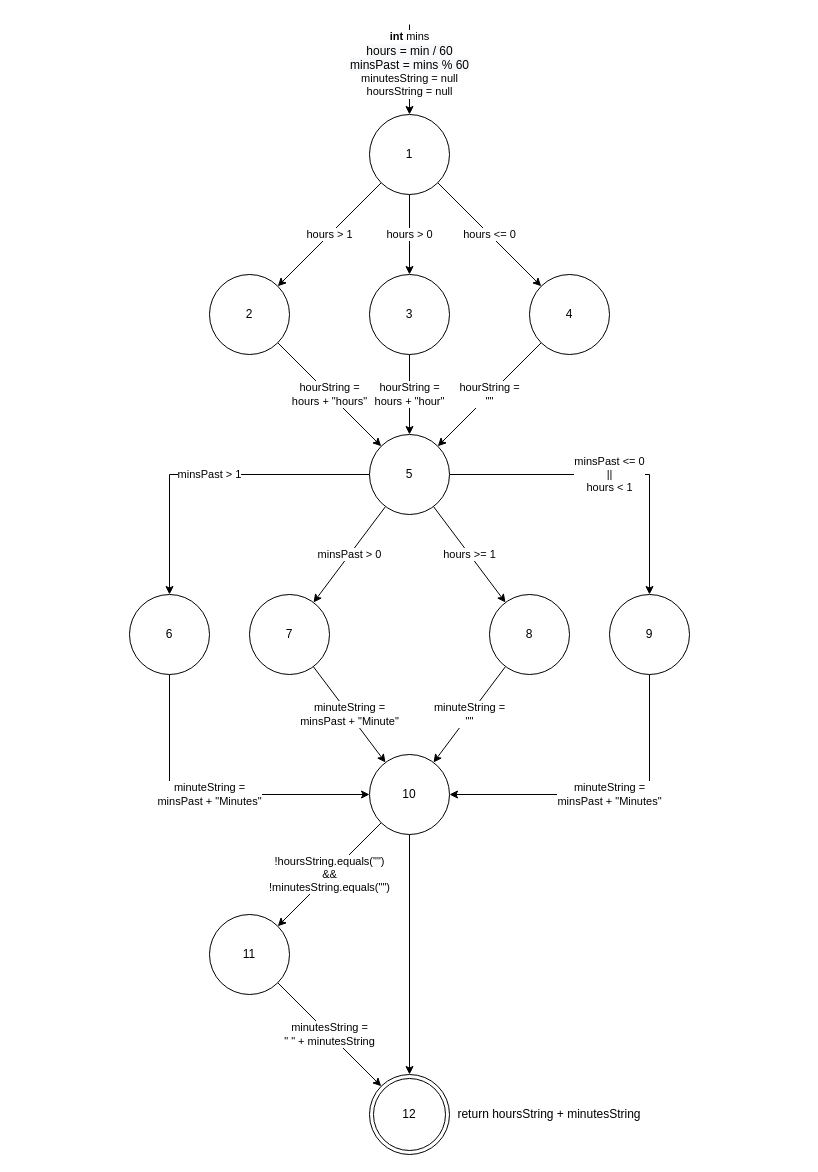
DandyEnders/EECS4313 keeps this draw.io diagram as assignment2/docs/CFG net.sf.borg.common.DateUtil.minuteString.drawio. Above is the earlier version. Source tidied: cells renumbered, new cells numbered last; positions are measured from the earlier drawing's top-left corner, leaving out a move shared by most shapes. Both pictures are drawn from the tidied source at 100%, with x=0, y=0 at pixel (129, 24).
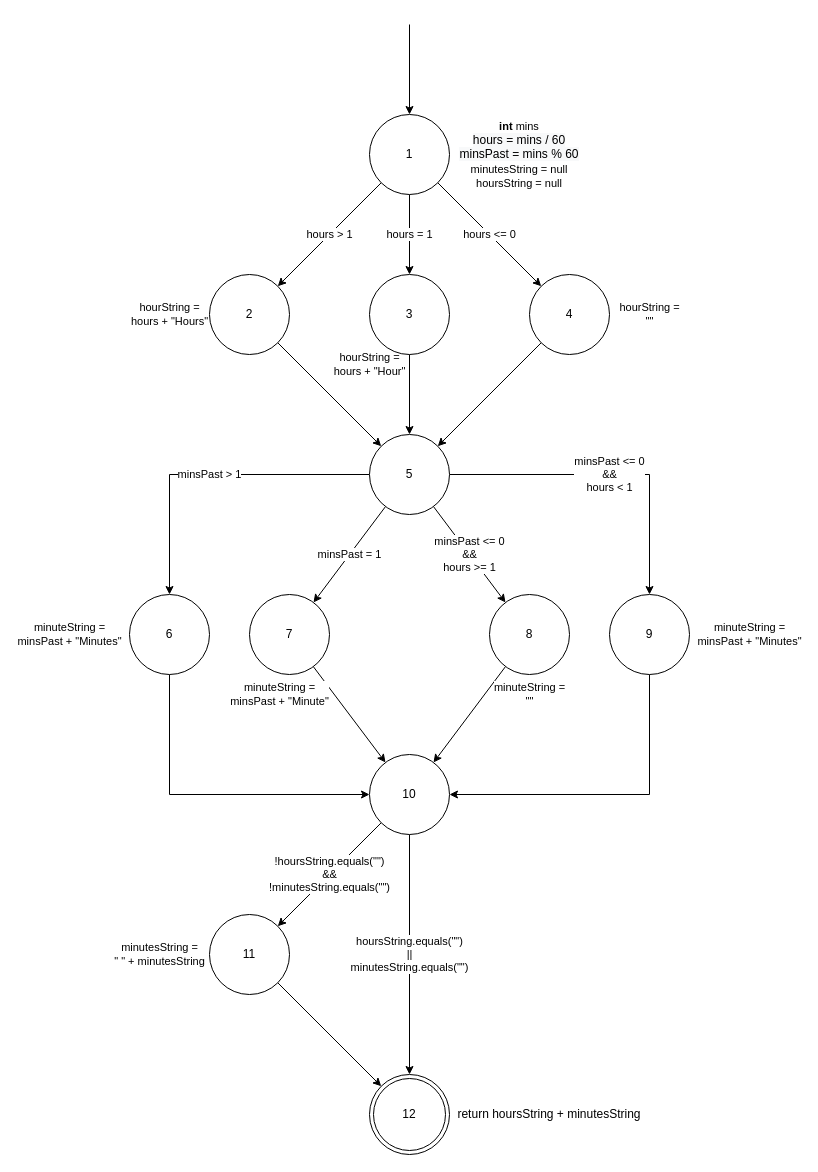
After the change.

The change refers to these unchanged cells:
```xml
<mxCell id="5" value="1" style="ellipse;whiteSpace=wrap;html=1;" parent="1" vertex="1">
  <mxGeometry x="240" y="90" width="80" height="80" as="geometry" />
</mxCell>
<mxCell id="7" value="2" style="ellipse;whiteSpace=wrap;html=1;" parent="1" vertex="1">
  <mxGeometry x="80" y="250" width="80" height="80" as="geometry" />
</mxCell>
<mxCell id="9" value="3" style="ellipse;whiteSpace=wrap;html=1;" parent="1" vertex="1">
  <mxGeometry x="240" y="250" width="80" height="80" as="geometry" />
</mxCell>
<mxCell id="11" value="4" style="ellipse;whiteSpace=wrap;html=1;" parent="1" vertex="1">
  <mxGeometry x="400" y="250" width="80" height="80" as="geometry" />
</mxCell>
<mxCell id="17" value="5" style="ellipse;whiteSpace=wrap;html=1;" parent="1" vertex="1">
  <mxGeometry x="240" y="410" width="80" height="80" as="geometry" />
</mxCell>
<mxCell id="19" value="7" style="ellipse;whiteSpace=wrap;html=1;" parent="1" vertex="1">
  <mxGeometry x="120" y="570" width="80" height="80" as="geometry" />
</mxCell>
<mxCell id="21" value="6" style="ellipse;whiteSpace=wrap;html=1;" parent="1" vertex="1">
  <mxGeometry y="570" width="80" height="80" as="geometry" />
</mxCell>
<mxCell id="23" value="8" style="ellipse;whiteSpace=wrap;html=1;" parent="1" vertex="1">
  <mxGeometry x="360" y="570" width="80" height="80" as="geometry" />
</mxCell>
<mxCell id="25" value="9" style="ellipse;whiteSpace=wrap;html=1;" parent="1" vertex="1">
  <mxGeometry x="480" y="570" width="80" height="80" as="geometry" />
</mxCell>
<mxCell id="28" value="10" style="ellipse;whiteSpace=wrap;html=1;" parent="1" vertex="1">
  <mxGeometry x="240" y="730" width="80" height="80" as="geometry" />
</mxCell>
<mxCell id="30" value="11" style="ellipse;whiteSpace=wrap;html=1;" parent="1" vertex="1">
  <mxGeometry x="80" y="890" width="80" height="80" as="geometry" />
</mxCell>
<mxCell id="31" value="12" style="ellipse;shape=doubleEllipse;whiteSpace=wrap;html=1;" parent="1" vertex="1">
  <mxGeometry x="240" y="1050" width="80" height="80" as="geometry" />
</mxCell>
```

Change to the diagram source:
```diff
@@
-    <mxCell id="3" value="hours &amp;gt; 0" style="edgeStyle=none;rounded=0;jettySize=auto;html=1;" parent="1" edge="1" source="5" target="9">
+    <mxCell id="3" value="hours = 1" style="edgeStyle=none;rounded=0;jettySize=auto;html=1;" parent="1" edge="1" source="5" target="9">
       <mxGeometry relative="1" as="geometry" />
     </mxCell>
@@
-    <mxCell id="6" value="hourString =&lt;br&gt;hours + &quot;hours&quot;" style="edgeStyle=none;rounded=0;jettySize=auto;html=1;" parent="1" edge="1" source="7" target="17">
-      <mxGeometry relative="1" as="geometry" />
+    <mxCell id="6" value="&lt;span style=&quot;font-family: &amp;#34;helvetica&amp;#34;&quot;&gt;hourString =&lt;/span&gt;&lt;br style=&quot;background-color: rgb(248 , 249 , 250) ; font-family: &amp;#34;helvetica&amp;#34;&quot;&gt;&lt;span style=&quot;font-family: &amp;#34;helvetica&amp;#34;&quot;&gt;hours + &quot;Hours&quot;&lt;/span&gt;" style="edgeStyle=none;rounded=0;jettySize=auto;html=1;" parent="1" edge="1" source="7" target="17">
+      <mxGeometry x="-1" y="-112" relative="1" as="geometry">
+        <mxPoint x="-29" y="-107" as="offset" />
+      </mxGeometry>
     </mxCell>
@@
-    <mxCell id="8" value="hourString =&lt;br&gt;hours + &quot;hour&quot;" style="edgeStyle=none;rounded=0;jettySize=auto;html=1;" parent="1" edge="1" source="9" target="17">
-      <mxGeometry relative="1" as="geometry" />
+    <mxCell id="8" value="hourString =&lt;br&gt;hours + &quot;Hour&quot;" style="edgeStyle=none;rounded=0;jettySize=auto;html=1;" parent="1" edge="1" source="9" target="17">
+      <mxGeometry x="-0.75" y="-40" relative="1" as="geometry" />
     </mxCell>
@@
-    <mxCell id="10" value="hourString =&lt;br&gt;&quot;&quot;" style="edgeStyle=none;rounded=0;jettySize=auto;html=1;" parent="1" edge="1" source="11" target="17">
-      <mxGeometry relative="1" as="geometry" />
+    <mxCell id="10" value="&lt;span style=&quot;font-family: &amp;#34;helvetica&amp;#34;&quot;&gt;hourString =&lt;/span&gt;&lt;br style=&quot;background-color: rgb(248 , 249 , 250) ; font-family: &amp;#34;helvetica&amp;#34;&quot;&gt;&lt;span style=&quot;font-family: &amp;#34;helvetica&amp;#34;&quot;&gt;&quot;&quot;&lt;/span&gt;" style="edgeStyle=none;rounded=0;jettySize=auto;html=1;" parent="1" edge="1" source="11" target="17">
+      <mxGeometry x="-1" y="112" relative="1" as="geometry">
+        <mxPoint x="29" y="-107" as="offset" />
+      </mxGeometry>
     </mxCell>
@@
-    <mxCell id="12" value="&lt;b&gt;int &lt;/b&gt;mins&lt;br&gt;&lt;span style=&quot;font-size: 12px ; background-color: rgb(248 , 249 , 250)&quot;&gt;hours = min / 60&lt;/span&gt;&lt;br style=&quot;font-size: 12px ; background-color: rgb(248 , 249 , 250)&quot;&gt;&lt;span style=&quot;font-size: 12px ; background-color: rgb(248 , 249 , 250)&quot;&gt;minsPast = mins % 60&lt;br&gt;&lt;/span&gt;minutesString = null&lt;br&gt;hoursString = null" style="endArrow=classic;html=1;entryX=0.5;entryY=0;entryDx=0;entryDy=0;" parent="1" edge="1" target="5">
+    <mxCell id="12" style="endArrow=classic;html=1;entryX=0.5;entryY=0;entryDx=0;entryDy=0;" parent="1" edge="1" target="5">
       <mxGeometry x="-0.11" relative="1" as="geometry">
         <mxPoint x="280" as="sourcePoint" />
       </mxGeometry>
     </mxCell>
-    <mxCell id="13" value="hours &amp;gt;= 1" style="edgeStyle=none;rounded=0;jettySize=auto;html=1;" parent="1" edge="1" source="17" target="23">
+    <mxCell id="13" value="minsPast &amp;lt;= 0&lt;br&gt;&amp;amp;&amp;amp;&lt;br&gt;hours &amp;gt;= 1" style="edgeStyle=none;rounded=0;jettySize=auto;html=1;" parent="1" edge="1" source="17" target="23">
       <mxGeometry relative="1" as="geometry" />
     </mxCell>
-    <mxCell id="14" value="minsPast &amp;lt;= 0&lt;br&gt;||&lt;br&gt;hours &amp;lt; 1" style="edgeStyle=orthogonalEdgeStyle;rounded=0;jettySize=auto;html=1;" parent="1" edge="1" source="17" target="25">
+    <mxCell id="14" value="minsPast &amp;lt;= 0&lt;br&gt;&amp;amp;&amp;amp;&lt;br&gt;hours &amp;lt; 1" style="edgeStyle=orthogonalEdgeStyle;rounded=0;jettySize=auto;html=1;" parent="1" edge="1" source="17" target="25">
       <mxGeometry relative="1" as="geometry" />
     </mxCell>
@@
-    <mxCell id="16" value="minsPast &amp;gt; 0" style="edgeStyle=none;rounded=0;jettySize=auto;html=1;" parent="1" edge="1" source="17" target="19">
+    <mxCell id="16" value="minsPast = 1" style="edgeStyle=none;rounded=0;jettySize=auto;html=1;" parent="1" edge="1" source="17" target="19">
       <mxGeometry relative="1" as="geometry" />
     </mxCell>
@@
     <mxCell id="18" value="minuteString =&lt;br&gt;minsPast + &quot;Minute&quot;" style="edgeStyle=none;rounded=0;jettySize=auto;html=1;" parent="1" edge="1" source="19" target="28">
-      <mxGeometry relative="1" as="geometry" />
+      <mxGeometry x="-0.97" y="-44" relative="1" as="geometry" />
     </mxCell>
@@
     <mxCell id="20" value="minuteString =&lt;br&gt;minsPast + &quot;Minutes&quot;" style="edgeStyle=orthogonalEdgeStyle;rounded=0;jettySize=auto;html=1;" parent="1" edge="1" source="21" target="28">
-      <mxGeometry relative="1" as="geometry">
+      <mxGeometry x="-1" y="-108" relative="1" as="geometry">
         <Array as="points">
           <mxPoint x="40" y="770" />
         </Array>
+        <mxPoint x="8" y="-40" as="offset" />
       </mxGeometry>
     </mxCell>
@@
     <mxCell id="22" value="minuteString =&lt;br&gt;&quot;&quot;" style="edgeStyle=none;rounded=0;jettySize=auto;html=1;" parent="1" edge="1" source="23" target="28">
-      <mxGeometry relative="1" as="geometry" />
+      <mxGeometry x="-0.87" y="36" relative="1" as="geometry" />
     </mxCell>
@@
-    <mxCell id="24" value="minuteString =&lt;br&gt;minsPast + &quot;Minutes&quot;" style="edgeStyle=orthogonalEdgeStyle;rounded=0;jettySize=auto;html=1;" parent="1" edge="1" source="25" target="28">
-      <mxGeometry relative="1" as="geometry">
+    <mxCell id="24" value="&lt;span&gt;minuteString =&lt;/span&gt;&lt;br style=&quot;background-color: rgb(248 , 249 , 250)&quot;&gt;&lt;span&gt;minsPast + &quot;Minutes&quot;&lt;/span&gt;" style="edgeStyle=orthogonalEdgeStyle;rounded=0;jettySize=auto;html=1;" parent="1" edge="1" source="25" target="28">
+      <mxGeometry x="-1" y="108" relative="1" as="geometry">
         <Array as="points">
           <mxPoint x="520" y="770" />
         </Array>
+        <mxPoint x="-8" y="-40" as="offset" />
       </mxGeometry>
     </mxCell>
@@
-    <mxCell id="27" style="edgeStyle=none;rounded=0;jettySize=auto;html=1;" parent="1" edge="1" source="28" target="31">
+    <mxCell id="27" value="hoursString.equals(&quot;&quot;)&lt;br&gt;||&lt;br&gt;minutesString.equals(&quot;&quot;)" style="edgeStyle=none;rounded=0;jettySize=auto;html=1;" parent="1" edge="1" source="28" target="31">
       <mxGeometry relative="1" as="geometry" />
     </mxCell>
@@
     <mxCell id="29" value="minutesString =&lt;br&gt;&quot; &quot; + minutesString" style="edgeStyle=none;rounded=0;jettySize=auto;html=1;" parent="1" edge="1" source="30" target="31">
-      <mxGeometry relative="1" as="geometry" />
+      <mxGeometry x="-1" y="-122" relative="1" as="geometry">
+        <mxPoint x="-32" y="-115" as="offset" />
+      </mxGeometry>
     </mxCell>
@@
+    <mxCell id="33" value="&lt;b style=&quot;color: rgb(0 , 0 , 0) ; font-family: &amp;#34;helvetica&amp;#34; ; font-size: 11px ; font-style: normal ; letter-spacing: normal ; text-align: center ; text-indent: 0px ; text-transform: none ; word-spacing: 0px&quot;&gt;int&lt;span&gt;&amp;nbsp;&lt;/span&gt;&lt;/b&gt;&lt;span style=&quot;color: rgb(0 , 0 , 0) ; font-family: &amp;#34;helvetica&amp;#34; ; font-size: 11px ; font-style: normal ; font-weight: 400 ; letter-spacing: normal ; text-align: center ; text-indent: 0px ; text-transform: none ; word-spacing: 0px ; background-color: rgb(255 , 255 , 255) ; display: inline ; float: none&quot;&gt;mins&lt;/span&gt;&lt;br style=&quot;color: rgb(0 , 0 , 0) ; font-family: &amp;#34;helvetica&amp;#34; ; font-size: 11px ; font-style: normal ; font-weight: 400 ; letter-spacing: normal ; text-align: center ; text-indent: 0px ; text-transform: none ; word-spacing: 0px&quot;&gt;&lt;span style=&quot;color: rgb(0 , 0 , 0) ; font-family: &amp;#34;helvetica&amp;#34; ; font-style: normal ; font-weight: 400 ; letter-spacing: normal ; text-align: center ; text-indent: 0px ; text-transform: none ; word-spacing: 0px ; font-size: 12px ; background-color: rgb(248 , 249 , 250)&quot;&gt;hours = mins / 60&lt;/span&gt;&lt;br style=&quot;color: rgb(0 , 0 , 0) ; font-family: &amp;#34;helvetica&amp;#34; ; font-style: normal ; font-weight: 400 ; letter-spacing: normal ; text-align: center ; text-indent: 0px ; text-transform: none ; word-spacing: 0px ; font-size: 12px ; background-color: rgb(248 , 249 , 250)&quot;&gt;&lt;span style=&quot;color: rgb(0 , 0 , 0) ; font-family: &amp;#34;helvetica&amp;#34; ; font-style: normal ; font-weight: 400 ; letter-spacing: normal ; text-align: center ; text-indent: 0px ; text-transform: none ; word-spacing: 0px ; font-size: 12px ; background-color: rgb(248 , 249 , 250)&quot;&gt;minsPast = mins % 60&lt;br&gt;&lt;/span&gt;&lt;span style=&quot;color: rgb(0 , 0 , 0) ; font-family: &amp;#34;helvetica&amp;#34; ; font-size: 11px ; font-style: normal ; font-weight: 400 ; letter-spacing: normal ; text-align: center ; text-indent: 0px ; text-transform: none ; word-spacing: 0px ; background-color: rgb(255 , 255 , 255) ; display: inline ; float: none&quot;&gt;minutesString = null&lt;/span&gt;&lt;br style=&quot;color: rgb(0 , 0 , 0) ; font-family: &amp;#34;helvetica&amp;#34; ; font-size: 11px ; font-style: normal ; font-weight: 400 ; letter-spacing: normal ; text-align: center ; text-indent: 0px ; text-transform: none ; word-spacing: 0px&quot;&gt;&lt;span style=&quot;color: rgb(0 , 0 , 0) ; font-family: &amp;#34;helvetica&amp;#34; ; font-size: 11px ; font-style: normal ; font-weight: 400 ; letter-spacing: normal ; text-align: center ; text-indent: 0px ; text-transform: none ; word-spacing: 0px ; background-color: rgb(255 , 255 , 255) ; display: inline ; float: none&quot;&gt;hoursString = null&lt;/span&gt;" style="text;html=1;strokeColor=none;fillColor=none;align=center;verticalAlign=middle;whiteSpace=wrap;rounded=0;" parent="1" vertex="1">
+      <mxGeometry x="300" y="80" width="180" height="100" as="geometry" />
+    </mxCell>
```
